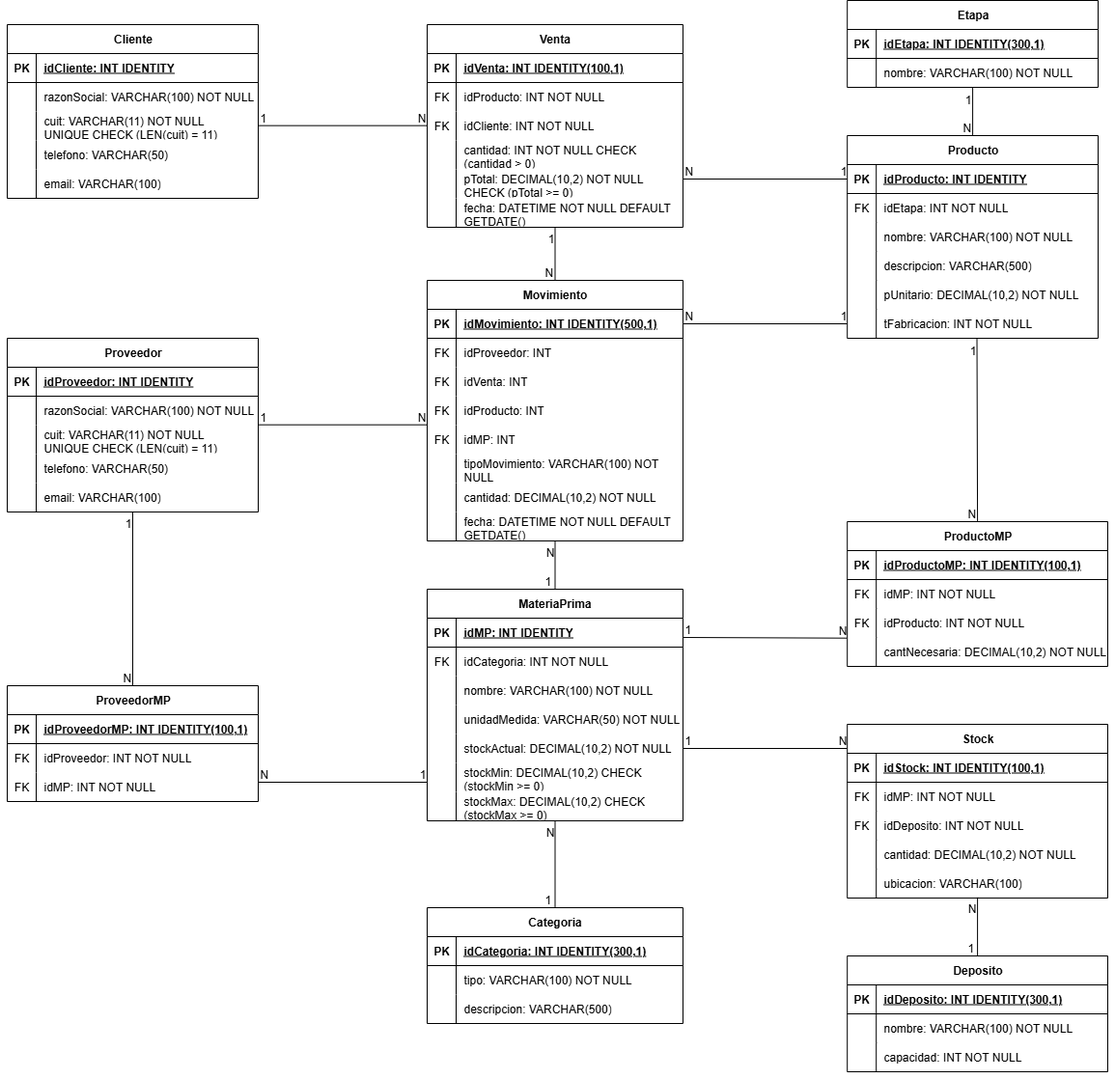
FacundoMuruchi/BD-Fabrica-Metalurgica keeps this draw.io diagram as diagramas/modelo_fisico.png. Above is the earlier version. Source tidied: cells renumbered, new cells last; positions are measured from the earlier drawing's top-left corner, leaving out a move shared by most shapes.
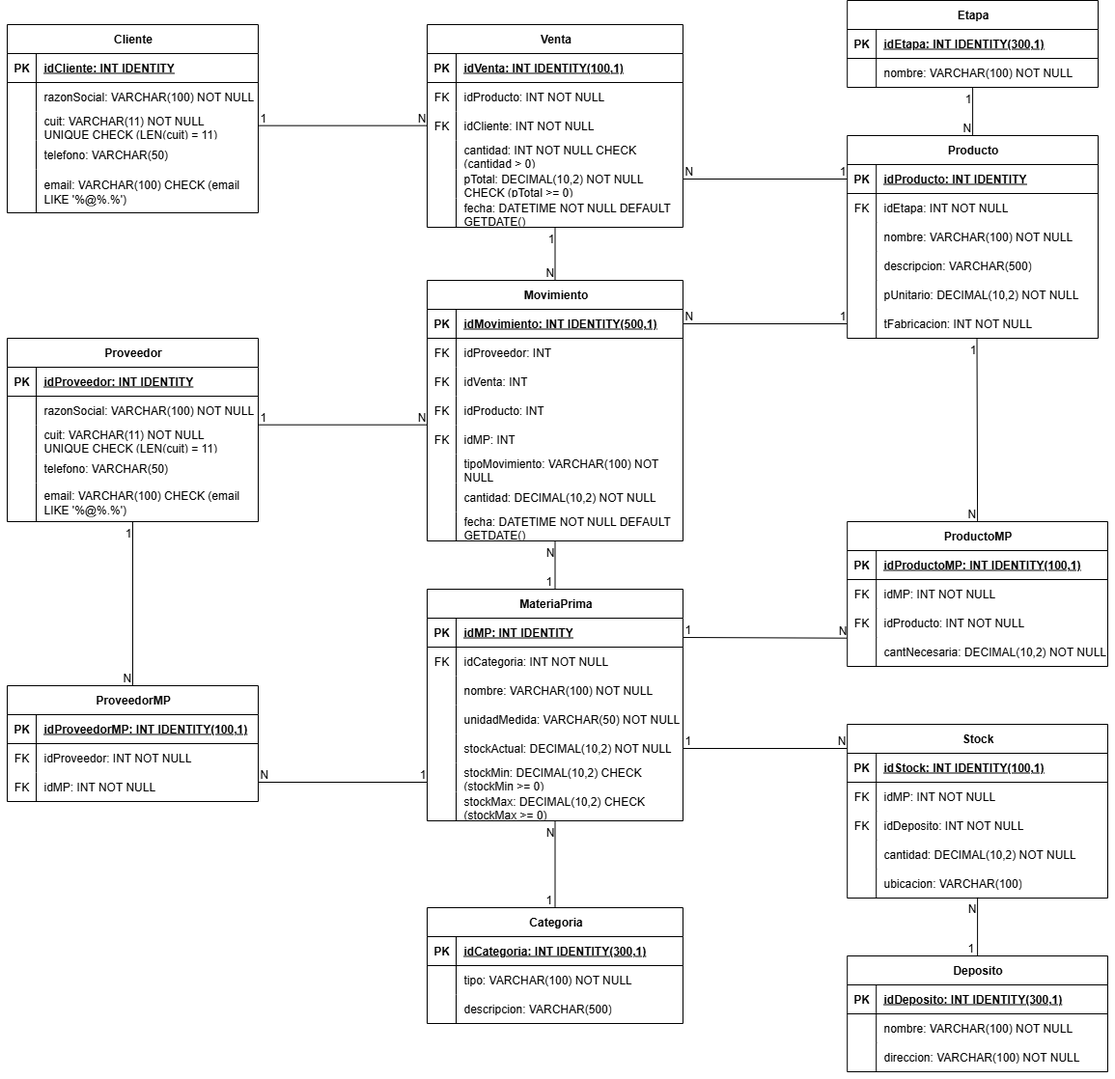
After the change.

Commit message:
capacidad por direccion

The edit, as a diff of the source:
```diff
@@ -3,7 +3,7 @@
     <mxCell id="0" />
     <mxCell id="1" parent="0" />
     <mxCell id="2" value="Proveedor" style="shape=table;startSize=30;rowLines=0;fontStyle=1;align=center;html=1;" parent="1" vertex="1">
-      <mxGeometry y="350" width="260" height="180" as="geometry" />
+      <mxGeometry y="350" width="260" height="190" as="geometry" />
     </mxCell>
     <mxCell id="3" style="shape=tableRow;horizontal=0;startSize=0;swimlaneHead=0;swimlaneBody=0;fillColor=none;top=0;left=0;right=0;bottom=1;" parent="2" vertex="1">
       <mxGeometry y="30" width="260" height="30" as="geometry" />
@@ -42,13 +42,13 @@
       <mxGeometry x="30" width="230" height="30" as="geometry" />
     </mxCell>
     <mxCell id="15" style="shape=tableRow;horizontal=0;startSize=0;swimlaneHead=0;swimlaneBody=0;fillColor=none;points=[[0,0.5],[1,0.5]];portConstraint=eastwest;top=0;left=0;right=0;bottom=0;" parent="2" vertex="1">
-      <mxGeometry y="150" width="260" height="30" as="geometry" />
+      <mxGeometry y="150" width="260" height="40" as="geometry" />
     </mxCell>
     <mxCell id="16" style="shape=partialRectangle;fillColor=none;top=0;left=0;bottom=0;right=0;overflow=hidden;whiteSpace=wrap;html=1;" parent="15" vertex="1">
-      <mxGeometry width="30" height="30" as="geometry" />
+      <mxGeometry width="30" height="40" as="geometry" />
     </mxCell>
-    <mxCell id="17" value="email: VARCHAR(100)" style="shape=partialRectangle;fillColor=none;top=0;left=0;bottom=0;right=0;align=left;spacingLeft=6;overflow=hidden;whiteSpace=wrap;html=1;" parent="15" vertex="1">
-      <mxGeometry x="30" width="230" height="30" as="geometry" />
+    <mxCell id="17" value="email: VARCHAR(100)&amp;nbsp;CHECK (email LIKE '%@%.%')" style="shape=partialRectangle;fillColor=none;top=0;left=0;bottom=0;right=0;align=left;spacingLeft=6;overflow=hidden;whiteSpace=wrap;html=1;" parent="15" vertex="1">
+      <mxGeometry x="30" width="230" height="40" as="geometry" />
     </mxCell>
     <mxCell id="18" value="MateriaPrima" style="shape=table;startSize=30;rowLines=0;fontStyle=1;align=center;html=1;swimlaneLine=1;gradientColor=none;" parent="1" vertex="1">
       <mxGeometry x="435" y="610" width="265" height="240" as="geometry" />
@@ -173,7 +173,7 @@
     <mxCell id="58" style="shape=partialRectangle;fillColor=none;top=0;left=0;bottom=0;right=0;overflow=hidden;whiteSpace=wrap;html=1;" parent="57" vertex="1">
       <mxGeometry width="30" height="30" as="geometry" />
     </mxCell>
-    <mxCell id="59" value="capacidad: INT NOT NULL" style="shape=partialRectangle;fillColor=none;top=0;left=0;bottom=0;right=0;align=left;spacingLeft=6;overflow=hidden;whiteSpace=wrap;html=1;strokeWidth=11;" parent="57" vertex="1">
+    <mxCell id="59" value="direccion: VARCHAR(100) NOT NULL" style="shape=partialRectangle;fillColor=none;top=0;left=0;bottom=0;right=0;align=left;spacingLeft=6;overflow=hidden;whiteSpace=wrap;html=1;strokeWidth=11;" parent="57" vertex="1">
       <mxGeometry x="30" width="239.8" height="30" as="geometry" />
     </mxCell>
     <mxCell id="60" value="ProveedorMP" style="shape=table;startSize=30;rowLines=0;fontStyle=1;align=center;html=1;" parent="1" vertex="1">
@@ -384,7 +384,7 @@
       <mxGeometry x="30" width="239.8" height="30" as="geometry" />
     </mxCell>
     <mxCell id="128" value="Cliente" style="shape=table;startSize=30;rowLines=0;fontStyle=1;align=center;html=1;" parent="1" vertex="1">
-      <mxGeometry y="25" width="260" height="180" as="geometry" />
+      <mxGeometry y="25" width="260" height="195" as="geometry" />
     </mxCell>
     <mxCell id="129" style="shape=tableRow;horizontal=0;startSize=0;swimlaneHead=0;swimlaneBody=0;fillColor=none;top=0;left=0;right=0;bottom=1;" parent="128" vertex="1">
       <mxGeometry y="30" width="260" height="30" as="geometry" />
@@ -423,13 +423,13 @@
       <mxGeometry x="30" width="230" height="30" as="geometry" />
     </mxCell>
     <mxCell id="141" style="shape=tableRow;horizontal=0;startSize=0;swimlaneHead=0;swimlaneBody=0;fillColor=none;top=0;left=0;right=0;bottom=0;" parent="128" vertex="1">
-      <mxGeometry y="150" width="260" height="30" as="geometry" />
+      <mxGeometry y="150" width="260" height="45" as="geometry" />
     </mxCell>
     <mxCell id="142" style="shape=partialRectangle;fillColor=none;top=0;left=0;bottom=0;right=0;overflow=hidden;whiteSpace=wrap;html=1;" parent="141" vertex="1">
-      <mxGeometry width="30" height="30" as="geometry" />
+      <mxGeometry width="30" height="45" as="geometry" />
     </mxCell>
-    <mxCell id="143" value="email: VARCHAR(100)" style="shape=partialRectangle;fillColor=none;top=0;left=0;bottom=0;right=0;align=left;spacingLeft=6;overflow=hidden;whiteSpace=wrap;html=1;" parent="141" vertex="1">
-      <mxGeometry x="30" width="230" height="30" as="geometry" />
+    <mxCell id="143" value="email: VARCHAR(100)&amp;nbsp;CHECK (email LIKE '%@%.%')" style="shape=partialRectangle;fillColor=none;top=0;left=0;bottom=0;right=0;align=left;spacingLeft=6;overflow=hidden;whiteSpace=wrap;html=1;" parent="141" vertex="1">
+      <mxGeometry x="30" width="230" height="45" as="geometry" />
     </mxCell>
     <mxCell id="144" value="Venta" style="shape=table;startSize=30;rowLines=0;fontStyle=1;align=center;html=1;" parent="1" vertex="1">
       <mxGeometry x="435" y="25" width="265" height="210" as="geometry" />
```
